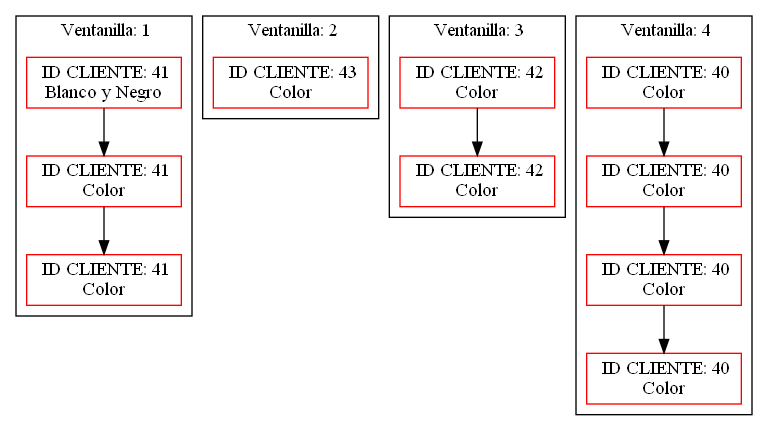
This is pilaimg.png from hugosmhd/EDD_UDRAWING_202002793, a Graphviz export, as it was before one commit. Its source is kept beside it as pilaimg.dot.
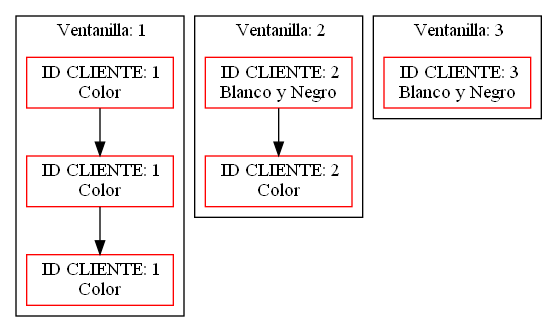
After the commit.

The edit, as a diff of the source:
```diff
@@ -2,38 +2,23 @@
 node[shape=box, color=red];
 subgraph cluster_1{
 label = " Ventanilla: 1";
-nodo21685669[label=" ID CLIENTE: 41
-Blanco y Negro"]
-nodo2133927002[label=" ID CLIENTE: 41
+nodo621009875[label=" ID CLIENTE: 1
 Color"]
-nodo1836019240[label=" ID CLIENTE: 41
+nodo1265094477[label=" ID CLIENTE: 1
 Color"]
-nodo21685669 -> nodo2133927002;
-nodo2133927002 -> nodo1836019240;
-}subgraph cluster_2{
-label = " Ventanilla: 2";
-nodo325040804[label=" ID CLIENTE: 43
-Color"]
-}subgraph cluster_3{
-label = " Ventanilla: 3";
-nodo1173230247[label=" ID CLIENTE: 42
-Color"]
-nodo856419764[label=" ID CLIENTE: 42
-Color"]
-nodo1173230247 -> nodo856419764;
-}subgraph cluster_4{
-label = " Ventanilla: 4";
-nodo621009875[label=" ID CLIENTE: 40
-Color"]
-nodo1265094477[label=" ID CLIENTE: 40
-Color"]
-nodo2125039532[label=" ID CLIENTE: 40
-Color"]
-nodo312714112[label=" ID CLIENTE: 40
+nodo2125039532[label=" ID CLIENTE: 1
 Color"]
 nodo621009875 -> nodo1265094477;
 nodo1265094477 -> nodo2125039532;
-nodo2125039532 -> nodo312714112;
-}subgraph cluster_5{
-label = " Ventanilla: 5";
+}subgraph cluster_2{
+label = " Ventanilla: 2";
+nodo312714112[label=" ID CLIENTE: 2
+Blanco y Negro"]
+nodo692404036[label=" ID CLIENTE: 2
+Color"]
+nodo312714112 -> nodo692404036;
+}subgraph cluster_3{
+label = " Ventanilla: 3";
+nodo1554874502[label=" ID CLIENTE: 3
+Blanco y Negro"]
 }}
```
